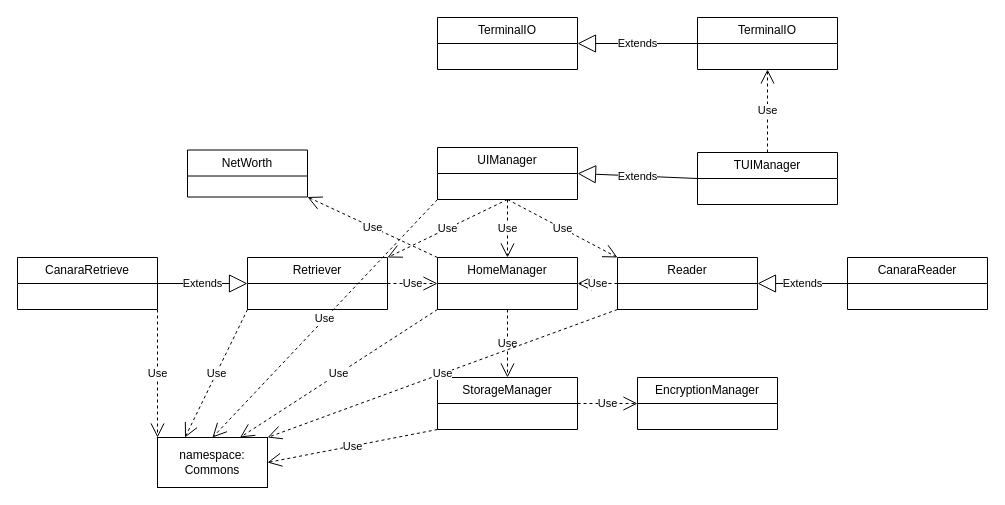
nofea/home-financials keeps this draw.io diagram as page "Class_Diagram" (3 of 3) of doc/unified_dia_doc.drawio. Above is the earlier version. Source tidied: cells renumbered, new cells numbered last; positions are measured from the earlier drawing's top-left corner, leaving out a move shared by most shapes. Both pictures are drawn from the tidied source at 100%, with x=0, y=0 at pixel (17, 17).
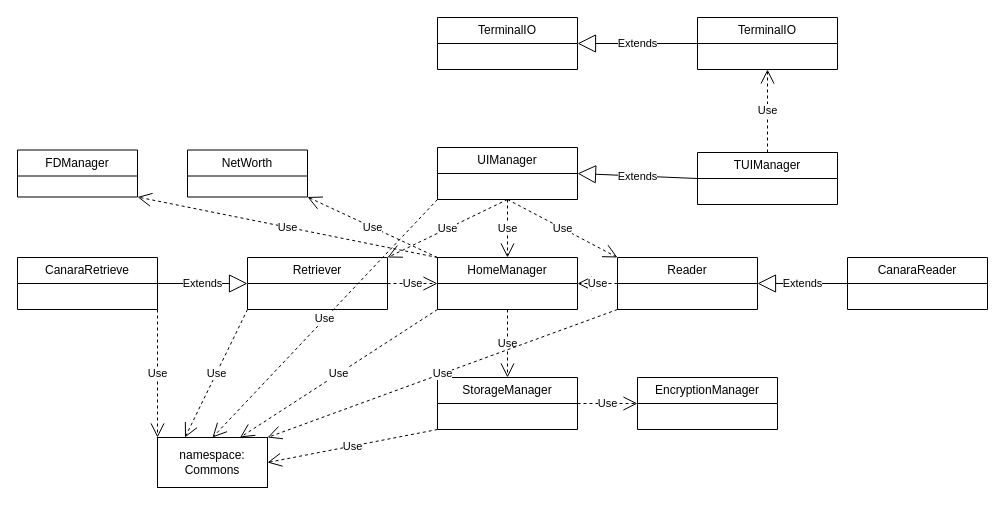
The same diagram, later.

Commit message (it also covers changes not shown here):
Added FDManager skeleton

Unchanged cells that the change refers to:
```xml
<mxCell id="2" value="HomeManager" style="swimlane;fontStyle=0;horizontal=1;startSize=26;fillColor=none;whiteSpace=wrap;html=1;" parent="1" vertex="1">
  <mxGeometry x="420" y="240" width="140" height="52" as="geometry" />
</mxCell>
```

The edit, as a diff of the source:
```diff
@@
+    <mxCell id="34" value="FDManager" style="swimlane;fontStyle=0;horizontal=1;startSize=26;fillColor=none;whiteSpace=wrap;html=1;" parent="1" vertex="1">
+      <mxGeometry y="132.5" width="120" height="47" as="geometry" />
+    </mxCell>
+    <mxCell id="35" value="Use" style="endArrow=open;endSize=12;dashed=1;html=1;exitX=0;exitY=0;exitDx=0;exitDy=0;entryX=1;entryY=1;entryDx=0;entryDy=0;" parent="1" edge="1" source="2" target="34">
+      <mxGeometry relative="1" as="geometry" />
+    </mxCell>
```
